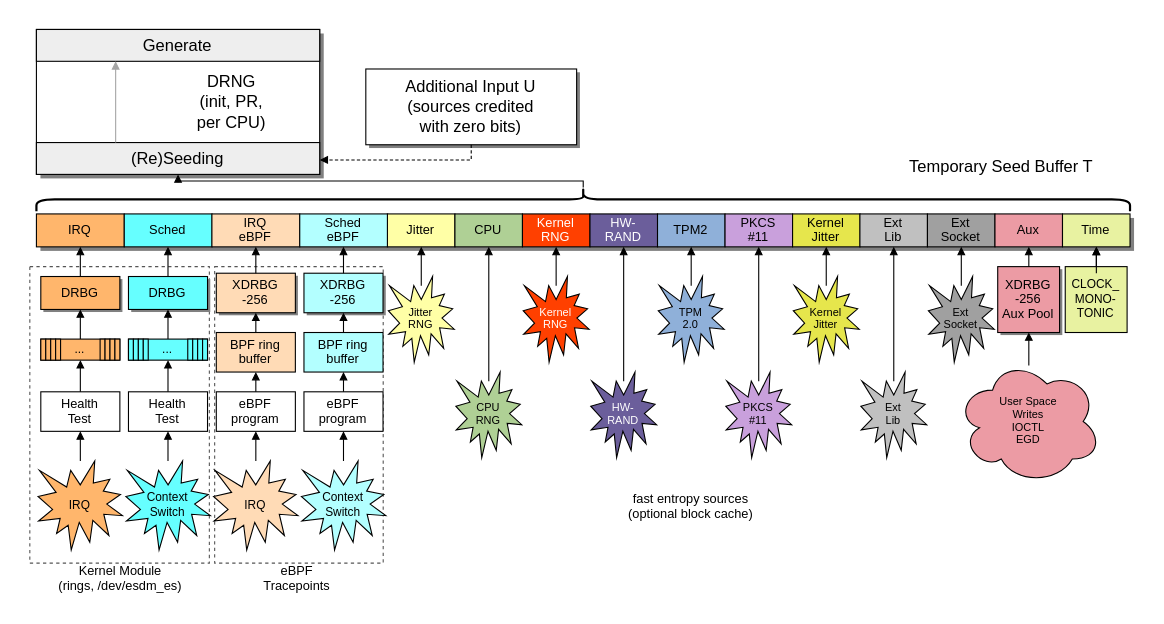
Earlier version of the draw.io diagram doc/typst/figures/big-picture.drawio (thillux/esdm). Source tidied: cells renumbered, new cells numbered last; positions are measured from the earlier drawing's top-left corner, leaving out a move shared by most shapes. Both pictures are drawn from the tidied source at 183%, with x=0, y=0 at pixel (29, -348).
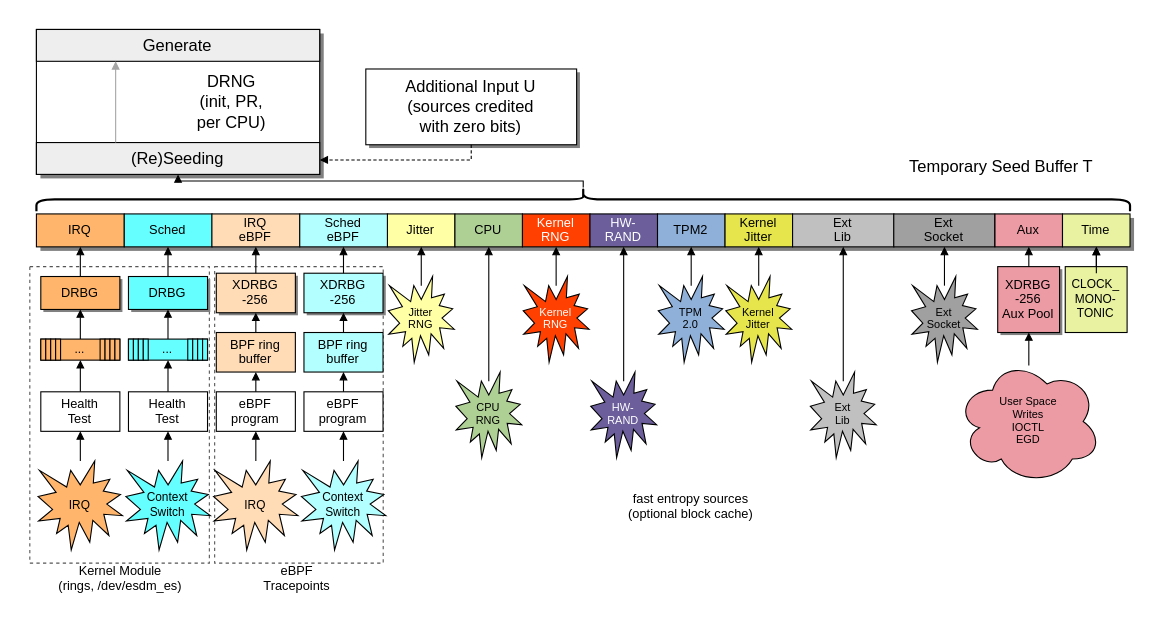
Above is the later version.

Commit message (it also covers changes not shown here):
doc: the PKCS#11 entropy source is esdm-es-pkcs11

Diff of the diagram source:
```diff
@@
-    <mxCell id="21" value="PKCS&#10;#11" style="html=0;fontFamily=Liberation Sans;fontSize=7;fillColor=#C9A0DC;fontColor=#000000;strokeColor=#000000;strokeWidth=0.6;" parent="1" vertex="1">
-      <mxGeometry x="379.7" y="306.4" width="36.9" height="18" as="geometry" />
-    </mxCell>
     <mxCell id="22" value="Kernel&#10;Jitter" style="html=0;fontFamily=Liberation Sans;fontSize=7;fillColor=#E6E64C;fontColor=#000000;strokeColor=#000000;strokeWidth=0.6;" parent="1" vertex="1">
-      <mxGeometry x="416.6" y="306.4" width="36.9" height="18" as="geometry" />
+      <mxGeometry x="379.7" y="306.4" width="36.9" height="18" as="geometry" />
     </mxCell>
     <mxCell id="23" value="Ext&#10;Lib" style="html=0;fontFamily=Liberation Sans;fontSize=7;fillColor=#C0C0C0;fontColor=#000000;strokeColor=#000000;strokeWidth=0.6;" parent="1" vertex="1">
-      <mxGeometry x="453.4" y="306.4" width="36.9" height="18" as="geometry" />
+      <mxGeometry x="416.6" y="306.4" width="55.4" height="18" as="geometry" />
     </mxCell>
     <mxCell id="24" value="Ext&#10;Socket" style="html=0;fontFamily=Liberation Sans;fontSize=7;fillColor=#A0A0A0;fontColor=#000000;strokeColor=#000000;strokeWidth=0.6;" parent="1" vertex="1">
-      <mxGeometry x="490.3" y="306.4" width="36.9" height="18" as="geometry" />
+      <mxGeometry x="471.9" y="306.4" width="55.2" height="18" as="geometry" />
     </mxCell>
@@
-    <mxCell id="98" value="PKCS&#10;#11" style="html=0;fontFamily=Liberation Sans;fontSize=6;shape=mxgraph.basic.polygon;polyCoords=[[0.500,0.269],[0.672,0.000],[0.655,0.247],[0.851,0.206],[0.773,0.339],[0.977,0.377],[0.815,0.485],[1.000,0.615],[0.779,0.599],[0.840,0.838],[0.649,0.669],[0.613,0.914],[0.488,0.691],[0.393,1.000],[0.357,0.723],[0.220,0.816],[0.262,0.645],[0.006,0.675],[0.172,0.545],[0.000,0.399],[0.214,0.353],[0.017,0.106],[0.339,0.293],[0.387,0.106]];polyline=0;fillColor=#C9A0DC;fontColor=#000000;strokeColor=#000000;strokeWidth=0.6;" parent="1" vertex="1">
-      <mxGeometry x="380.1" y="392.8" width="36" height="46.8" as="geometry" />
-    </mxCell>
-    <mxCell id="99" style="html=0;fontFamily=Liberation Sans;fontSize=9;endArrow=block;startArrow=none;endFill=1;startFill=1;endSize=3;startSize=3;rounded=0;strokeColor=#000000;strokeWidth=0.6;" parent="1" edge="1">
-      <mxGeometry relative="1" as="geometry">
-        <mxPoint x="398.1" y="397.8" as="sourcePoint" />
-        <mxPoint x="398.1" y="324.4" as="targetPoint" />
-      </mxGeometry>
-    </mxCell>
     <mxCell id="100" value="Kernel&#10;Jitter" style="html=0;fontFamily=Liberation Sans;fontSize=6;shape=mxgraph.basic.polygon;polyCoords=[[0.500,0.269],[0.672,0.000],[0.655,0.247],[0.851,0.206],[0.773,0.339],[0.977,0.377],[0.815,0.485],[1.000,0.615],[0.779,0.599],[0.840,0.838],[0.649,0.669],[0.613,0.914],[0.488,0.691],[0.393,1.000],[0.357,0.723],[0.220,0.816],[0.262,0.645],[0.006,0.675],[0.172,0.545],[0.000,0.399],[0.214,0.353],[0.017,0.106],[0.339,0.293],[0.387,0.106]];polyline=0;fillColor=#E6E64C;fontColor=#000000;strokeColor=#000000;strokeWidth=0.6;" parent="1" vertex="1">
-      <mxGeometry x="417" y="340.6" width="36" height="46.8" as="geometry" />
+      <mxGeometry x="380.1" y="340.6" width="36" height="46.8" as="geometry" />
     </mxCell>
     <mxCell id="101" style="html=0;fontFamily=Liberation Sans;fontSize=9;endArrow=block;startArrow=none;endFill=1;startFill=1;endSize=3;startSize=3;rounded=0;strokeColor=#000000;strokeWidth=0.6;" parent="1" edge="1">
       <mxGeometry relative="1" as="geometry">
-        <mxPoint x="435" y="345.6" as="sourcePoint" />
-        <mxPoint x="435" y="324.4" as="targetPoint" />
+        <mxPoint x="398.1" y="345.6" as="sourcePoint" />
+        <mxPoint x="398.1" y="324.4" as="targetPoint" />
       </mxGeometry>
     </mxCell>
     <mxCell id="102" value="Ext&#10;Lib" style="html=0;fontFamily=Liberation Sans;fontSize=6;shape=mxgraph.basic.polygon;polyCoords=[[0.500,0.269],[0.672,0.000],[0.655,0.247],[0.851,0.206],[0.773,0.339],[0.977,0.377],[0.815,0.485],[1.000,0.615],[0.779,0.599],[0.840,0.838],[0.649,0.669],[0.613,0.914],[0.488,0.691],[0.393,1.000],[0.357,0.723],[0.220,0.816],[0.262,0.645],[0.006,0.675],[0.172,0.545],[0.000,0.399],[0.214,0.353],[0.017,0.106],[0.339,0.293],[0.387,0.106]];polyline=0;fillColor=#C0C0C0;fontColor=#000000;strokeColor=#000000;strokeWidth=0.6;" parent="1" vertex="1">
-      <mxGeometry x="453.9" y="392.8" width="36" height="46.8" as="geometry" />
+      <mxGeometry x="426.3" y="392.8" width="36" height="46.8" as="geometry" />
     </mxCell>
     <mxCell id="103" style="html=0;fontFamily=Liberation Sans;fontSize=9;endArrow=block;startArrow=none;endFill=1;startFill=1;endSize=3;startSize=3;rounded=0;strokeColor=#000000;strokeWidth=0.6;" parent="1" edge="1">
       <mxGeometry relative="1" as="geometry">
-        <mxPoint x="471.9" y="397.8" as="sourcePoint" />
-        <mxPoint x="471.9" y="324.4" as="targetPoint" />
+        <mxPoint x="444.3" y="397.8" as="sourcePoint" />
+        <mxPoint x="444.3" y="324.4" as="targetPoint" />
       </mxGeometry>
     </mxCell>
     <mxCell id="104" value="Ext&#10;Socket" style="html=0;fontFamily=Liberation Sans;fontSize=6;shape=mxgraph.basic.polygon;polyCoords=[[0.500,0.269],[0.672,0.000],[0.655,0.247],[0.851,0.206],[0.773,0.339],[0.977,0.377],[0.815,0.485],[1.000,0.615],[0.779,0.599],[0.840,0.838],[0.649,0.669],[0.613,0.914],[0.488,0.691],[0.393,1.000],[0.357,0.723],[0.220,0.816],[0.262,0.645],[0.006,0.675],[0.172,0.545],[0.000,0.399],[0.214,0.353],[0.017,0.106],[0.339,0.293],[0.387,0.106]];polyline=0;fillColor=#A0A0A0;fontColor=#000000;strokeColor=#000000;strokeWidth=0.6;" parent="1" vertex="1">
-      <mxGeometry x="490.8" y="340.6" width="36" height="46.8" as="geometry" />
+      <mxGeometry x="481.6" y="340.6" width="36" height="46.8" as="geometry" />
     </mxCell>
     <mxCell id="105" style="html=0;fontFamily=Liberation Sans;fontSize=9;endArrow=block;startArrow=none;endFill=1;startFill=1;endSize=3;startSize=3;rounded=0;strokeColor=#000000;strokeWidth=0.6;" parent="1" edge="1">
       <mxGeometry relative="1" as="geometry">
-        <mxPoint x="508.8" y="345.6" as="sourcePoint" />
-        <mxPoint x="508.8" y="324.4" as="targetPoint" />
+        <mxPoint x="499.6" y="345.6" as="sourcePoint" />
+        <mxPoint x="499.6" y="324.4" as="targetPoint" />
       </mxGeometry>
     </mxCell>
```
